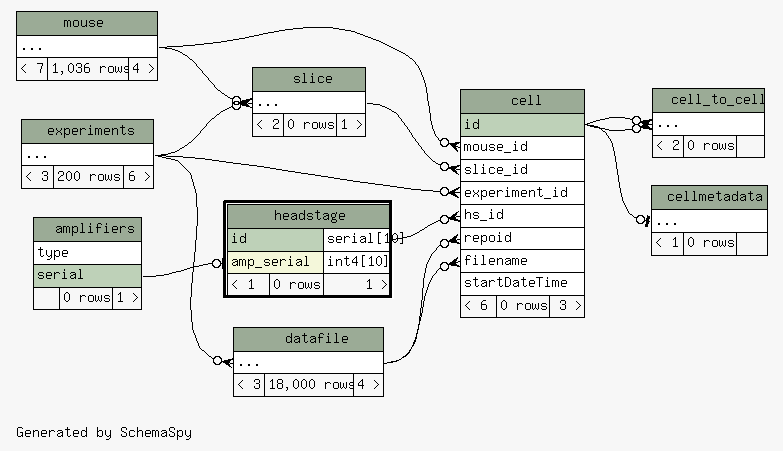
tgbugs/mlab keeps this Graphviz diagram as database/ss/diagrams/headstage.2degrees.png. Above is the earlier version. Its source is kept beside it as database/ss/diagrams/headstage.2degrees.dot.
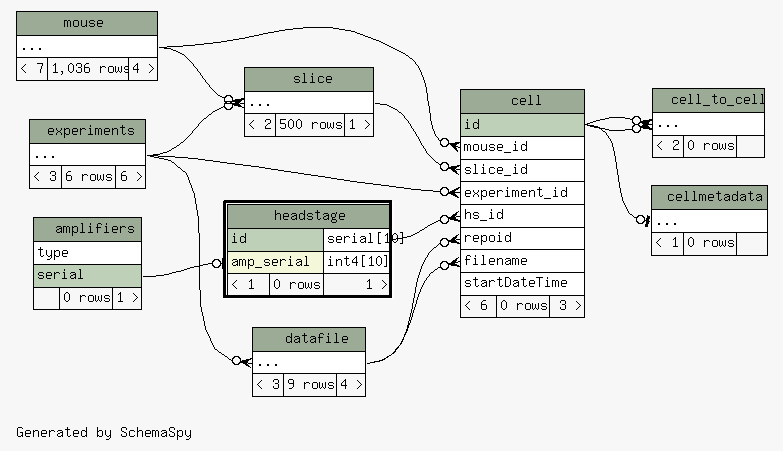
Later version of the same file.

Diff of the diagram source:
```diff
@@ -83,7 +83,7 @@
     <TABLE BORDER="0" CELLBORDER="1" CELLSPACING="0" BGCOLOR="#ffffff">
       <TR><TD COLSPAN="3" BGCOLOR="#9bab96" ALIGN="CENTER">datafile</TD></TR>
       <TR><TD PORT="elipses" COLSPAN="3" ALIGN="LEFT">...</TD></TR>
-      <TR><TD ALIGN="LEFT" BGCOLOR="#f7f7f7">&lt; 3</TD><TD ALIGN="RIGHT" BGCOLOR="#f7f7f7">18,000 rows</TD><TD ALIGN="RIGHT" BGCOLOR="#f7f7f7">4 &gt;</TD></TR>
+      <TR><TD ALIGN="LEFT" BGCOLOR="#f7f7f7">&lt; 3</TD><TD ALIGN="RIGHT" BGCOLOR="#f7f7f7">9 rows</TD><TD ALIGN="RIGHT" BGCOLOR="#f7f7f7">4 &gt;</TD></TR>
     </TABLE>>
     URL="datafile.html"
     tooltip="datafile"
@@ -93,7 +93,7 @@
     <TABLE BORDER="0" CELLBORDER="1" CELLSPACING="0" BGCOLOR="#ffffff">
       <TR><TD COLSPAN="3" BGCOLOR="#9bab96" ALIGN="CENTER">experiments</TD></TR>
       <TR><TD PORT="elipses" COLSPAN="3" ALIGN="LEFT">...</TD></TR>
-      <TR><TD ALIGN="LEFT" BGCOLOR="#f7f7f7">&lt; 3</TD><TD ALIGN="RIGHT" BGCOLOR="#f7f7f7">200 rows</TD><TD ALIGN="RIGHT" BGCOLOR="#f7f7f7">6 &gt;</TD></TR>
+      <TR><TD ALIGN="LEFT" BGCOLOR="#f7f7f7">&lt; 3</TD><TD ALIGN="RIGHT" BGCOLOR="#f7f7f7">6 rows</TD><TD ALIGN="RIGHT" BGCOLOR="#f7f7f7">6 &gt;</TD></TR>
     </TABLE>>
     URL="experiments.html"
     tooltip="experiments"
@@ -124,7 +124,7 @@
     <TABLE BORDER="0" CELLBORDER="1" CELLSPACING="0" BGCOLOR="#ffffff">
       <TR><TD COLSPAN="3" BGCOLOR="#9bab96" ALIGN="CENTER">slice</TD></TR>
       <TR><TD PORT="elipses" COLSPAN="3" ALIGN="LEFT">...</TD></TR>
-      <TR><TD ALIGN="LEFT" BGCOLOR="#f7f7f7">&lt; 2</TD><TD ALIGN="RIGHT" BGCOLOR="#f7f7f7">0 rows</TD><TD ALIGN="RIGHT" BGCOLOR="#f7f7f7">1 &gt;</TD></TR>
+      <TR><TD ALIGN="LEFT" BGCOLOR="#f7f7f7">&lt; 2</TD><TD ALIGN="RIGHT" BGCOLOR="#f7f7f7">500 rows</TD><TD ALIGN="RIGHT" BGCOLOR="#f7f7f7">1 &gt;</TD></TR>
     </TABLE>>
     URL="slice.html"
     tooltip="slice"
```
